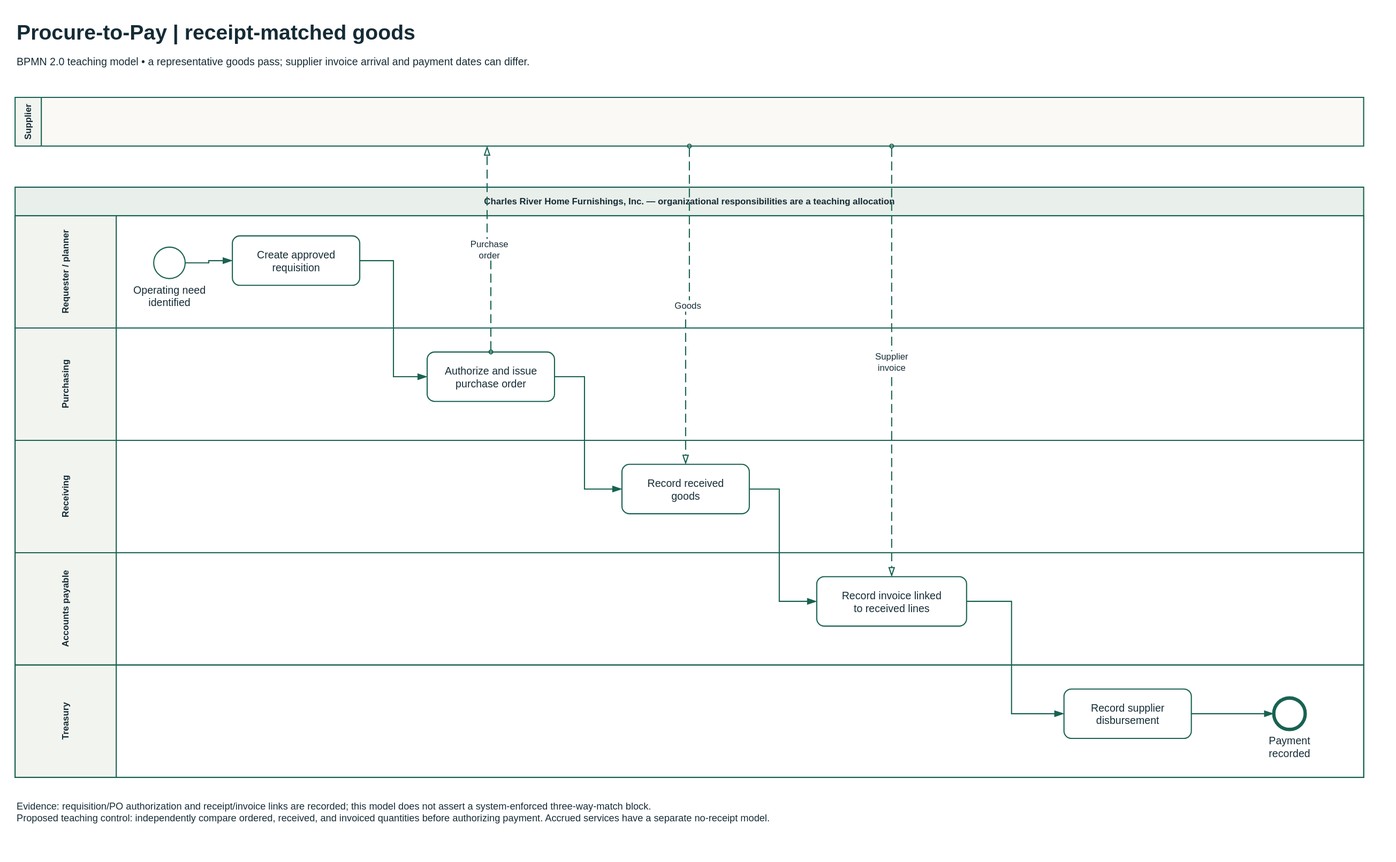
Before: static/diagrams/bpmn/procure-to-pay.svg, a diagram exported from draw.io (mmcodesso/CharlesRiver_Database). Source tidied: cells renumbered, new cells last; positions are measured from the earlier drawing's top-left corner, leaving out a move shared by most shapes. The source it was exported from:
```xml
<mxGraphModel background="#FFFFFF">
  <root>
    <mxCell id="0" />
    <mxCell id="1" parent="0" />
    <mxCell id="2" value="Procure-to-Pay | receipt-matched goods" style="html=0;fontFamily=Arial;fontSize=14;fontColor=#152b35;strokeColor=#196252;strokeWidth=1.5;fillColor=#FFFFFF;whiteSpace=wrap;text;strokeColor=none;fillColor=none;fontSize=28;align=left;fontStyle=1;" parent="1" vertex="1">
      <mxGeometry width="1800" height="40" as="geometry" />
    </mxCell>
    <mxCell id="3" value="BPMN 2.0 teaching model • a representative goods pass; supplier invoice arrival and payment dates can differ." style="html=0;fontFamily=Arial;fontSize=14;fontColor=#152b35;strokeColor=#196252;strokeWidth=1.5;fillColor=#FFFFFF;whiteSpace=wrap;text;strokeColor=none;fillColor=none;fontSize=14;align=left;" parent="1" vertex="1">
      <mxGeometry y="47" width="1800" height="34" as="geometry" />
    </mxCell>
    <mxCell id="4" value="Charles River Home Furnishings, Inc. — organizational responsibilities are a teaching allocation" style="html=0;fontFamily=Arial;fontSize=14;fontColor=#152b35;strokeColor=#196252;strokeWidth=1.5;fillColor=#FFFFFF;whiteSpace=wrap;swimlane;horizontal=1;startSize=38;fontStyle=1;fillColor=#E9EFEA;swimlaneFillColor=#FFFFFF;" parent="1" vertex="1">
      <mxGeometry y="230" width="1800" height="788" as="geometry" />
    </mxCell>
    <mxCell id="5" value="Requester / planner" style="html=0;fontFamily=Arial;fontSize=14;fontColor=#152b35;strokeColor=#196252;strokeWidth=1.5;fillColor=#FFFFFF;whiteSpace=wrap;swimlane;horizontal=0;startSize=135;fontStyle=1;fillColor=#F2F4EF;swimlaneFillColor=#FFFFFF;" parent="4" vertex="1">
      <mxGeometry y="38" width="1800" height="150" as="geometry" />
    </mxCell>
    <mxCell id="6" value="Operating need&#10;identified" style="html=0;fontFamily=Arial;fontSize=14;fontColor=#152b35;strokeColor=#196252;strokeWidth=1.5;fillColor=#FFFFFF;whiteSpace=wrap;shape=mxgraph.bpmn.event;outline=standard;symbol=general;perimeter=ellipsePerimeter;verticalLabelPosition=bottom;verticalAlign=top;labelBackgroundColor=#FFFFFF;labelWidth=140;" parent="5" vertex="1">
      <mxGeometry x="185" y="42" width="42" height="42" as="geometry" />
    </mxCell>
    <mxCell id="7" value="Create approved&#10;requisition" style="html=0;fontFamily=Arial;fontSize=14;fontColor=#152b35;strokeColor=#196252;strokeWidth=1.5;fillColor=#FFFFFF;whiteSpace=wrap;shape=mxgraph.bpmn.task2;rectStyle=rounded;size=10;taskMarker=abstract;" parent="5" vertex="1">
      <mxGeometry x="290" y="27" width="170" height="66" as="geometry" />
    </mxCell>
    <mxCell id="8" value="Purchasing" style="html=0;fontFamily=Arial;fontSize=14;fontColor=#152b35;strokeColor=#196252;strokeWidth=1.5;fillColor=#FFFFFF;whiteSpace=wrap;swimlane;horizontal=0;startSize=135;fontStyle=1;fillColor=#F2F4EF;swimlaneFillColor=#FFFFFF;" parent="4" vertex="1">
      <mxGeometry y="188" width="1800" height="150" as="geometry" />
    </mxCell>
    <mxCell id="9" value="Authorize and issue&#10;purchase order" style="html=0;fontFamily=Arial;fontSize=14;fontColor=#152b35;strokeColor=#196252;strokeWidth=1.5;fillColor=#FFFFFF;whiteSpace=wrap;shape=mxgraph.bpmn.task2;rectStyle=rounded;size=10;taskMarker=abstract;" parent="8" vertex="1">
      <mxGeometry x="550" y="32" width="170" height="66" as="geometry" />
    </mxCell>
    <mxCell id="10" value="Receiving" style="html=0;fontFamily=Arial;fontSize=14;fontColor=#152b35;strokeColor=#196252;strokeWidth=1.5;fillColor=#FFFFFF;whiteSpace=wrap;swimlane;horizontal=0;startSize=135;fontStyle=1;fillColor=#F2F4EF;swimlaneFillColor=#FFFFFF;" parent="4" vertex="1">
      <mxGeometry y="338" width="1800" height="150" as="geometry" />
    </mxCell>
    <mxCell id="11" value="Record received&#10;goods" style="html=0;fontFamily=Arial;fontSize=14;fontColor=#152b35;strokeColor=#196252;strokeWidth=1.5;fillColor=#FFFFFF;whiteSpace=wrap;shape=mxgraph.bpmn.task2;rectStyle=rounded;size=10;taskMarker=abstract;" parent="10" vertex="1">
      <mxGeometry x="810" y="32" width="170" height="66" as="geometry" />
    </mxCell>
    <mxCell id="12" value="Accounts payable" style="html=0;fontFamily=Arial;fontSize=14;fontColor=#152b35;strokeColor=#196252;strokeWidth=1.5;fillColor=#FFFFFF;whiteSpace=wrap;swimlane;horizontal=0;startSize=135;fontStyle=1;fillColor=#F2F4EF;swimlaneFillColor=#FFFFFF;" parent="4" vertex="1">
      <mxGeometry y="488" width="1800" height="150" as="geometry" />
    </mxCell>
    <mxCell id="13" value="Record invoice linked&#10;to received lines" style="html=0;fontFamily=Arial;fontSize=14;fontColor=#152b35;strokeColor=#196252;strokeWidth=1.5;fillColor=#FFFFFF;whiteSpace=wrap;shape=mxgraph.bpmn.task2;rectStyle=rounded;size=10;taskMarker=abstract;" parent="12" vertex="1">
      <mxGeometry x="1070" y="32" width="200" height="66" as="geometry" />
    </mxCell>
    <mxCell id="14" value="Treasury" style="html=0;fontFamily=Arial;fontSize=14;fontColor=#152b35;strokeColor=#196252;strokeWidth=1.5;fillColor=#FFFFFF;whiteSpace=wrap;swimlane;horizontal=0;startSize=135;fontStyle=1;fillColor=#F2F4EF;swimlaneFillColor=#FFFFFF;" parent="4" vertex="1">
      <mxGeometry y="638" width="1800" height="150" as="geometry" />
    </mxCell>
    <mxCell id="15" value="Record supplier&#10;disbursement" style="html=0;fontFamily=Arial;fontSize=14;fontColor=#152b35;strokeColor=#196252;strokeWidth=1.5;fillColor=#FFFFFF;whiteSpace=wrap;shape=mxgraph.bpmn.task2;rectStyle=rounded;size=10;taskMarker=abstract;" parent="14" vertex="1">
      <mxGeometry x="1400" y="32" width="170" height="66" as="geometry" />
    </mxCell>
    <mxCell id="16" value="Payment&#10;recorded" style="html=0;fontFamily=Arial;fontSize=14;fontColor=#152b35;strokeColor=#196252;strokeWidth=1.5;fillColor=#FFFFFF;whiteSpace=wrap;shape=mxgraph.bpmn.event;outline=end;symbol=general;perimeter=ellipsePerimeter;verticalLabelPosition=bottom;verticalAlign=top;labelBackgroundColor=#FFFFFF;labelWidth=140;" parent="14" vertex="1">
      <mxGeometry x="1680" y="44" width="42" height="42" as="geometry" />
    </mxCell>
    <mxCell id="17" value="Supplier" style="html=0;fontFamily=Arial;fontSize=14;fontColor=#152b35;strokeColor=#196252;strokeWidth=1.5;fillColor=#FFFFFF;whiteSpace=wrap;swimlane;horizontal=0;startSize=35;fillColor=#F2F4EF;swimlaneFillColor=#FAF9F5;" parent="1" vertex="1">
      <mxGeometry y="110" width="1800" height="65" as="geometry" />
    </mxCell>
    <mxCell id="18" style="html=0;fontFamily=Arial;fontSize=14;fontColor=#152b35;strokeColor=#196252;strokeWidth=1.5;fillColor=#FFFFFF;whiteSpace=wrap;edgeStyle=orthogonalEdgeStyle;rounded=0;jettySize=15;fontSize=12;labelBackgroundColor=#FFFFFF;startArrow=none;endArrow=blockThin;endFill=1;endSize=9;" parent="1" edge="1" source="6" target="7">
      <mxGeometry relative="1" as="geometry" />
    </mxCell>
    <mxCell id="19" style="html=0;fontFamily=Arial;fontSize=14;fontColor=#152b35;strokeColor=#196252;strokeWidth=1.5;fillColor=#FFFFFF;whiteSpace=wrap;edgeStyle=orthogonalEdgeStyle;rounded=0;jettySize=15;fontSize=12;labelBackgroundColor=#FFFFFF;startArrow=none;endArrow=blockThin;endFill=1;endSize=9;" parent="1" edge="1" source="7" target="9">
      <mxGeometry relative="1" as="geometry">
        <Array as="points">
          <mxPoint x="505" y="328" />
          <mxPoint x="505" y="483" />
        </Array>
      </mxGeometry>
    </mxCell>
    <mxCell id="20" style="html=0;fontFamily=Arial;fontSize=14;fontColor=#152b35;strokeColor=#196252;strokeWidth=1.5;fillColor=#FFFFFF;whiteSpace=wrap;edgeStyle=orthogonalEdgeStyle;rounded=0;jettySize=15;fontSize=12;labelBackgroundColor=#FFFFFF;startArrow=none;endArrow=blockThin;endFill=1;endSize=9;" parent="1" edge="1" source="9" target="11">
      <mxGeometry relative="1" as="geometry">
        <Array as="points">
          <mxPoint x="760" y="483" />
          <mxPoint x="760" y="633" />
        </Array>
      </mxGeometry>
    </mxCell>
    <mxCell id="21" style="html=0;fontFamily=Arial;fontSize=14;fontColor=#152b35;strokeColor=#196252;strokeWidth=1.5;fillColor=#FFFFFF;whiteSpace=wrap;edgeStyle=orthogonalEdgeStyle;rounded=0;jettySize=15;fontSize=12;labelBackgroundColor=#FFFFFF;startArrow=none;endArrow=blockThin;endFill=1;endSize=9;" parent="1" edge="1" source="11" target="13">
      <mxGeometry relative="1" as="geometry">
        <Array as="points">
          <mxPoint x="1020" y="633" />
          <mxPoint x="1020" y="783" />
        </Array>
      </mxGeometry>
    </mxCell>
    <mxCell id="22" style="html=0;fontFamily=Arial;fontSize=14;fontColor=#152b35;strokeColor=#196252;strokeWidth=1.5;fillColor=#FFFFFF;whiteSpace=wrap;edgeStyle=orthogonalEdgeStyle;rounded=0;jettySize=15;fontSize=12;labelBackgroundColor=#FFFFFF;startArrow=none;endArrow=blockThin;endFill=1;endSize=9;" parent="1" edge="1" source="13" target="15">
      <mxGeometry relative="1" as="geometry">
        <Array as="points">
          <mxPoint x="1330" y="783" />
          <mxPoint x="1330" y="933" />
        </Array>
      </mxGeometry>
    </mxCell>
    <mxCell id="23" style="html=0;fontFamily=Arial;fontSize=14;fontColor=#152b35;strokeColor=#196252;strokeWidth=1.5;fillColor=#FFFFFF;whiteSpace=wrap;edgeStyle=orthogonalEdgeStyle;rounded=0;jettySize=15;fontSize=12;labelBackgroundColor=#FFFFFF;startArrow=none;endArrow=blockThin;endFill=1;endSize=9;" parent="1" edge="1" source="15" target="16">
      <mxGeometry relative="1" as="geometry" />
    </mxCell>
    <mxCell id="24" value="Purchase order" style="html=0;fontFamily=Arial;fontSize=14;fontColor=#152b35;strokeColor=#196252;strokeWidth=1.5;fillColor=#FFFFFF;whiteSpace=wrap;edgeStyle=orthogonalEdgeStyle;rounded=0;jettySize=15;fontSize=12;labelBackgroundColor=#FFFFFF;dashed=1;dashPattern=8 4;startArrow=oval;startFill=0;startSize=5;endArrow=blockThin;endFill=0;endSize=9;exitX=0.5;exitY=0;entryX=0.35;entryY=1;" parent="1" edge="1" source="9" target="17">
      <mxGeometry relative="1" as="geometry" />
    </mxCell>
    <mxCell id="25" value="Goods" style="html=0;fontFamily=Arial;fontSize=14;fontColor=#152b35;strokeColor=#196252;strokeWidth=1.5;fillColor=#FFFFFF;whiteSpace=wrap;edgeStyle=orthogonalEdgeStyle;rounded=0;jettySize=15;fontSize=12;labelBackgroundColor=#FFFFFF;dashed=1;dashPattern=8 4;startArrow=oval;startFill=0;startSize=5;endArrow=blockThin;endFill=0;endSize=9;exitX=0.5;exitY=1;entryX=0.5;entryY=0;" parent="1" edge="1" source="17" target="11">
      <mxGeometry relative="1" as="geometry" />
    </mxCell>
    <mxCell id="26" value="Supplier invoice" style="html=0;fontFamily=Arial;fontSize=14;fontColor=#152b35;strokeColor=#196252;strokeWidth=1.5;fillColor=#FFFFFF;whiteSpace=wrap;edgeStyle=orthogonalEdgeStyle;rounded=0;jettySize=15;fontSize=12;labelBackgroundColor=#FFFFFF;dashed=1;dashPattern=8 4;startArrow=oval;startFill=0;startSize=5;endArrow=blockThin;endFill=0;endSize=9;exitX=0.65;exitY=1;entryX=0.5;entryY=0;" parent="1" edge="1" source="17" target="13">
      <mxGeometry relative="1" as="geometry" />
    </mxCell>
    <mxCell id="27" value="Evidence: requisition/PO authorization and receipt/invoice links are recorded; this model does not assert a system-enforced three-way-match block.&#10;Proposed teaching control: independently compare ordered, received, and invoiced quantities before authorizing payment. Accrued services have a separate no-receipt model." style="html=0;fontFamily=Arial;fontSize=14;fontColor=#152b35;strokeColor=#196252;strokeWidth=1.5;fillColor=#FFFFFF;whiteSpace=wrap;text;strokeColor=none;fillColor=none;fontSize=13;align=left;" parent="1" vertex="1">
      <mxGeometry y="1042" width="1800" height="48" as="geometry" />
    </mxCell>
  </root>
</mxGraphModel>
```
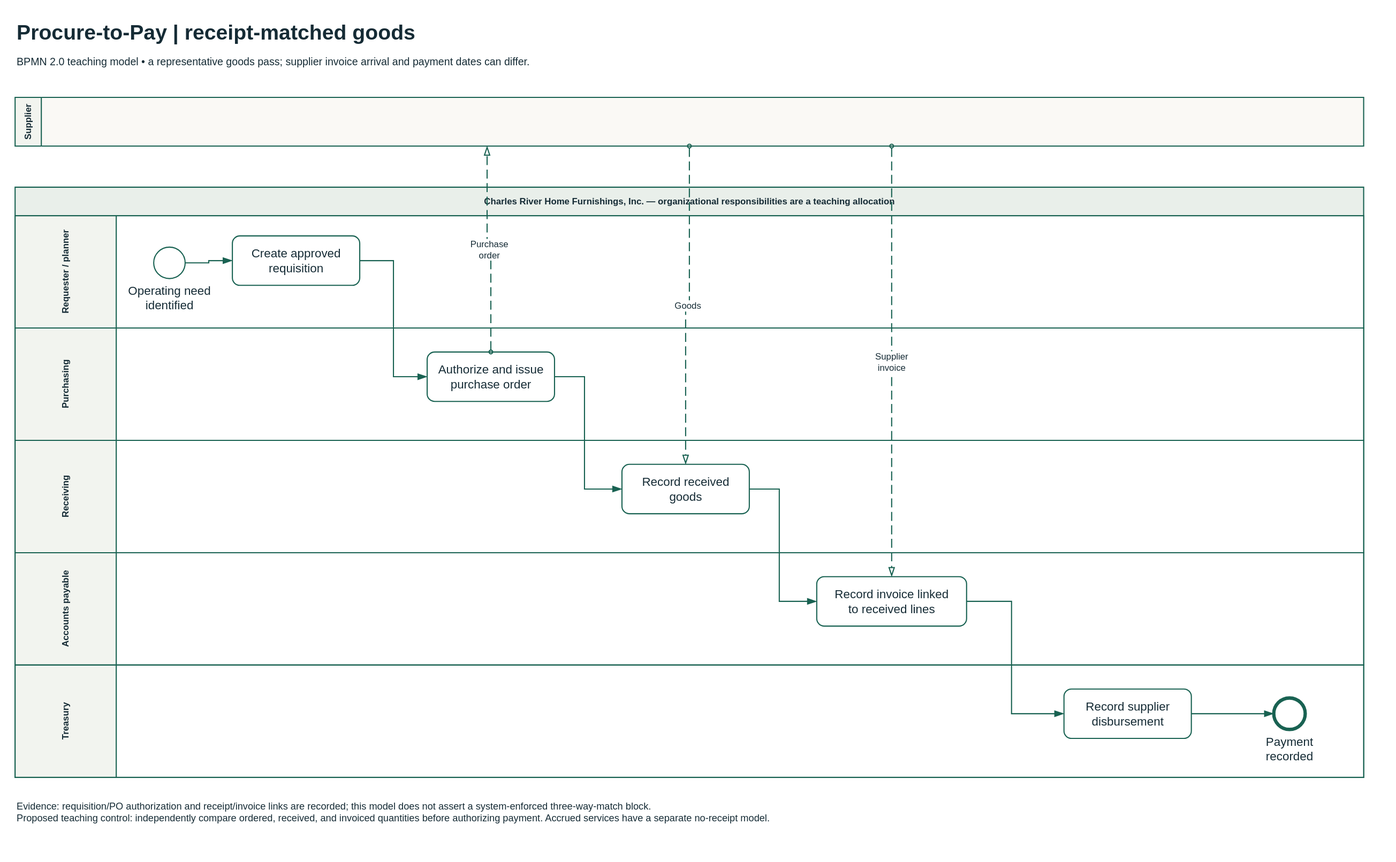
After the change.

The edit, as a diff of the source:
```diff
@@ -14,37 +14,37 @@
     <mxCell id="5" value="Requester / planner" style="html=0;fontFamily=Arial;fontSize=14;fontColor=#152b35;strokeColor=#196252;strokeWidth=1.5;fillColor=#FFFFFF;whiteSpace=wrap;swimlane;horizontal=0;startSize=135;fontStyle=1;fillColor=#F2F4EF;swimlaneFillColor=#FFFFFF;" parent="4" vertex="1">
       <mxGeometry y="38" width="1800" height="150" as="geometry" />
     </mxCell>
-    <mxCell id="6" value="Operating need&#10;identified" style="html=0;fontFamily=Arial;fontSize=14;fontColor=#152b35;strokeColor=#196252;strokeWidth=1.5;fillColor=#FFFFFF;whiteSpace=wrap;shape=mxgraph.bpmn.event;outline=standard;symbol=general;perimeter=ellipsePerimeter;verticalLabelPosition=bottom;verticalAlign=top;labelBackgroundColor=#FFFFFF;labelWidth=140;" parent="5" vertex="1">
+    <mxCell id="6" value="Operating need&#10;identified" style="html=0;fontFamily=Arial;fontColor=#152b35;strokeColor=#196252;strokeWidth=1.5;fillColor=#FFFFFF;whiteSpace=wrap;shape=mxgraph.bpmn.event;outline=standard;symbol=general;perimeter=ellipsePerimeter;verticalLabelPosition=bottom;verticalAlign=top;labelBackgroundColor=#FFFFFF;labelWidth=140;fontSize=16;" parent="5" vertex="1">
       <mxGeometry x="185" y="42" width="42" height="42" as="geometry" />
     </mxCell>
-    <mxCell id="7" value="Create approved&#10;requisition" style="html=0;fontFamily=Arial;fontSize=14;fontColor=#152b35;strokeColor=#196252;strokeWidth=1.5;fillColor=#FFFFFF;whiteSpace=wrap;shape=mxgraph.bpmn.task2;rectStyle=rounded;size=10;taskMarker=abstract;" parent="5" vertex="1">
+    <mxCell id="7" value="Create approved&#10;requisition" style="html=0;fontFamily=Arial;fontColor=#152b35;strokeColor=#196252;strokeWidth=1.5;fillColor=#FFFFFF;whiteSpace=wrap;shape=mxgraph.bpmn.task2;rectStyle=rounded;size=10;taskMarker=abstract;fontSize=16;" parent="5" vertex="1">
       <mxGeometry x="290" y="27" width="170" height="66" as="geometry" />
     </mxCell>
     <mxCell id="8" value="Purchasing" style="html=0;fontFamily=Arial;fontSize=14;fontColor=#152b35;strokeColor=#196252;strokeWidth=1.5;fillColor=#FFFFFF;whiteSpace=wrap;swimlane;horizontal=0;startSize=135;fontStyle=1;fillColor=#F2F4EF;swimlaneFillColor=#FFFFFF;" parent="4" vertex="1">
       <mxGeometry y="188" width="1800" height="150" as="geometry" />
     </mxCell>
-    <mxCell id="9" value="Authorize and issue&#10;purchase order" style="html=0;fontFamily=Arial;fontSize=14;fontColor=#152b35;strokeColor=#196252;strokeWidth=1.5;fillColor=#FFFFFF;whiteSpace=wrap;shape=mxgraph.bpmn.task2;rectStyle=rounded;size=10;taskMarker=abstract;" parent="8" vertex="1">
+    <mxCell id="9" value="Authorize and issue&#10;purchase order" style="html=0;fontFamily=Arial;fontColor=#152b35;strokeColor=#196252;strokeWidth=1.5;fillColor=#FFFFFF;whiteSpace=wrap;shape=mxgraph.bpmn.task2;rectStyle=rounded;size=10;taskMarker=abstract;fontSize=16;" parent="8" vertex="1">
       <mxGeometry x="550" y="32" width="170" height="66" as="geometry" />
     </mxCell>
     <mxCell id="10" value="Receiving" style="html=0;fontFamily=Arial;fontSize=14;fontColor=#152b35;strokeColor=#196252;strokeWidth=1.5;fillColor=#FFFFFF;whiteSpace=wrap;swimlane;horizontal=0;startSize=135;fontStyle=1;fillColor=#F2F4EF;swimlaneFillColor=#FFFFFF;" parent="4" vertex="1">
       <mxGeometry y="338" width="1800" height="150" as="geometry" />
     </mxCell>
-    <mxCell id="11" value="Record received&#10;goods" style="html=0;fontFamily=Arial;fontSize=14;fontColor=#152b35;strokeColor=#196252;strokeWidth=1.5;fillColor=#FFFFFF;whiteSpace=wrap;shape=mxgraph.bpmn.task2;rectStyle=rounded;size=10;taskMarker=abstract;" parent="10" vertex="1">
+    <mxCell id="11" value="Record received&#10;goods" style="html=0;fontFamily=Arial;fontColor=#152b35;strokeColor=#196252;strokeWidth=1.5;fillColor=#FFFFFF;whiteSpace=wrap;shape=mxgraph.bpmn.task2;rectStyle=rounded;size=10;taskMarker=abstract;fontSize=16;" parent="10" vertex="1">
       <mxGeometry x="810" y="32" width="170" height="66" as="geometry" />
     </mxCell>
     <mxCell id="12" value="Accounts payable" style="html=0;fontFamily=Arial;fontSize=14;fontColor=#152b35;strokeColor=#196252;strokeWidth=1.5;fillColor=#FFFFFF;whiteSpace=wrap;swimlane;horizontal=0;startSize=135;fontStyle=1;fillColor=#F2F4EF;swimlaneFillColor=#FFFFFF;" parent="4" vertex="1">
       <mxGeometry y="488" width="1800" height="150" as="geometry" />
     </mxCell>
-    <mxCell id="13" value="Record invoice linked&#10;to received lines" style="html=0;fontFamily=Arial;fontSize=14;fontColor=#152b35;strokeColor=#196252;strokeWidth=1.5;fillColor=#FFFFFF;whiteSpace=wrap;shape=mxgraph.bpmn.task2;rectStyle=rounded;size=10;taskMarker=abstract;" parent="12" vertex="1">
+    <mxCell id="13" value="Record invoice linked&#10;to received lines" style="html=0;fontFamily=Arial;fontColor=#152b35;strokeColor=#196252;strokeWidth=1.5;fillColor=#FFFFFF;whiteSpace=wrap;shape=mxgraph.bpmn.task2;rectStyle=rounded;size=10;taskMarker=abstract;fontSize=16;" parent="12" vertex="1">
       <mxGeometry x="1070" y="32" width="200" height="66" as="geometry" />
     </mxCell>
     <mxCell id="14" value="Treasury" style="html=0;fontFamily=Arial;fontSize=14;fontColor=#152b35;strokeColor=#196252;strokeWidth=1.5;fillColor=#FFFFFF;whiteSpace=wrap;swimlane;horizontal=0;startSize=135;fontStyle=1;fillColor=#F2F4EF;swimlaneFillColor=#FFFFFF;" parent="4" vertex="1">
       <mxGeometry y="638" width="1800" height="150" as="geometry" />
     </mxCell>
-    <mxCell id="15" value="Record supplier&#10;disbursement" style="html=0;fontFamily=Arial;fontSize=14;fontColor=#152b35;strokeColor=#196252;strokeWidth=1.5;fillColor=#FFFFFF;whiteSpace=wrap;shape=mxgraph.bpmn.task2;rectStyle=rounded;size=10;taskMarker=abstract;" parent="14" vertex="1">
+    <mxCell id="15" value="Record supplier&#10;disbursement" style="html=0;fontFamily=Arial;fontColor=#152b35;strokeColor=#196252;strokeWidth=1.5;fillColor=#FFFFFF;whiteSpace=wrap;shape=mxgraph.bpmn.task2;rectStyle=rounded;size=10;taskMarker=abstract;fontSize=16;" parent="14" vertex="1">
       <mxGeometry x="1400" y="32" width="170" height="66" as="geometry" />
     </mxCell>
-    <mxCell id="16" value="Payment&#10;recorded" style="html=0;fontFamily=Arial;fontSize=14;fontColor=#152b35;strokeColor=#196252;strokeWidth=1.5;fillColor=#FFFFFF;whiteSpace=wrap;shape=mxgraph.bpmn.event;outline=end;symbol=general;perimeter=ellipsePerimeter;verticalLabelPosition=bottom;verticalAlign=top;labelBackgroundColor=#FFFFFF;labelWidth=140;" parent="14" vertex="1">
+    <mxCell id="16" value="Payment&#10;recorded" style="html=0;fontFamily=Arial;fontColor=#152b35;strokeColor=#196252;strokeWidth=1.5;fillColor=#FFFFFF;whiteSpace=wrap;shape=mxgraph.bpmn.event;outline=end;symbol=general;perimeter=ellipsePerimeter;verticalLabelPosition=bottom;verticalAlign=top;labelBackgroundColor=#FFFFFF;labelWidth=140;fontSize=16;" parent="14" vertex="1">
       <mxGeometry x="1680" y="44" width="42" height="42" as="geometry" />
     </mxCell>
     <mxCell id="17" value="Supplier" style="html=0;fontFamily=Arial;fontSize=14;fontColor=#152b35;strokeColor=#196252;strokeWidth=1.5;fillColor=#FFFFFF;whiteSpace=wrap;swimlane;horizontal=0;startSize=35;fillColor=#F2F4EF;swimlaneFillColor=#FAF9F5;" parent="1" vertex="1">
```
